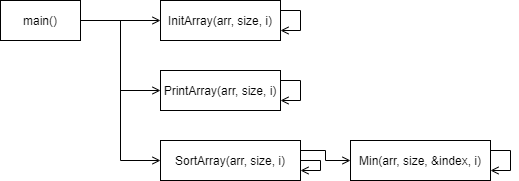
Earlier version of the draw.io export Lab6.3.2/structure.png (fhctyw/Lab6.3). Source tidied: cells renumbered, new cells last; positions are measured from the earlier drawing's top-left corner, leaving out a move shared by most shapes.
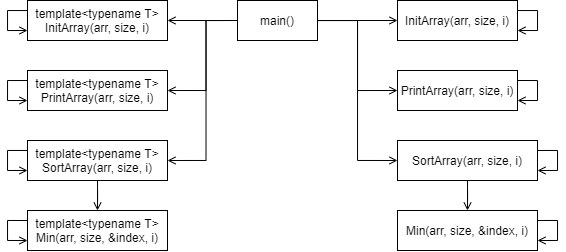
After the change.

Diff of the diagram source:
```diff
@@ -11,6 +11,19 @@
     <mxCell id="4" style="edgeStyle=orthogonalEdgeStyle;rounded=0;jettySize=auto;html=1;entryX=0;entryY=0.5;entryDx=0;entryDy=0;endArrow=open;endFill=0;" parent="1" edge="1" source="5" target="11">
       <mxGeometry relative="1" as="geometry" />
     </mxCell>
+    <mxCell id="15" style="edgeStyle=orthogonalEdgeStyle;rounded=0;jettySize=auto;html=1;endArrow=open;endFill=0;" parent="1" edge="1" source="5" target="18">
+      <mxGeometry relative="1" as="geometry" />
+    </mxCell>
+    <mxCell id="16" style="edgeStyle=orthogonalEdgeStyle;rounded=0;jettySize=auto;html=1;entryX=1;entryY=0.5;entryDx=0;entryDy=0;endArrow=open;endFill=0;" parent="1" edge="1" target="19">
+      <mxGeometry relative="1" as="geometry">
+        <mxPoint x="7" y="20" as="sourcePoint" />
+      </mxGeometry>
+    </mxCell>
+    <mxCell id="17" style="edgeStyle=orthogonalEdgeStyle;rounded=0;jettySize=auto;html=1;entryX=1;entryY=0.5;entryDx=0;entryDy=0;endArrow=open;endFill=0;" parent="1" edge="1" target="21">
+      <mxGeometry relative="1" as="geometry">
+        <mxPoint x="7" y="20" as="sourcePoint" />
+      </mxGeometry>
+    </mxCell>
     <mxCell id="5" value="main()" style="rounded=0;whiteSpace=wrap;html=1;" parent="1" vertex="1">
       <mxGeometry width="80" height="40" as="geometry" />
     </mxCell>
@@ -38,13 +51,8 @@
         </Array>
       </mxGeometry>
     </mxCell>
-    <mxCell id="10" style="edgeStyle=orthogonalEdgeStyle;rounded=0;jettySize=auto;html=1;entryX=0;entryY=0.5;entryDx=0;entryDy=0;endArrow=open;endFill=0;" parent="1" edge="1" source="11" target="13">
-      <mxGeometry relative="1" as="geometry">
-        <Array as="points">
-          <mxPoint x="325" y="150" />
-          <mxPoint x="325" y="160" />
-        </Array>
-      </mxGeometry>
+    <mxCell id="10" style="edgeStyle=orthogonalEdgeStyle;rounded=0;jettySize=auto;html=1;entryX=0.5;entryY=0;entryDx=0;entryDy=0;endArrow=open;endFill=0;" parent="1" edge="1" source="11" target="13">
+      <mxGeometry relative="1" as="geometry" />
     </mxCell>
     <mxCell id="11" value="SortArray(arr, size, i)" style="rounded=0;whiteSpace=wrap;html=1;" parent="1" vertex="1">
       <mxGeometry x="160" y="140" width="140" height="40" as="geometry" />
@@ -54,24 +62,76 @@
         <mxPoint x="300" y="150" as="sourcePoint" />
         <mxPoint x="300" y="170" as="targetPoint" />
         <Array as="points">
-          <mxPoint x="300" y="160" />
-          <mxPoint x="320" y="160" />
+          <mxPoint x="320" y="150" />
           <mxPoint x="320" y="170" />
         </Array>
       </mxGeometry>
     </mxCell>
     <mxCell id="13" value="Min(arr, size, &amp;amp;index, i)" style="rounded=0;whiteSpace=wrap;html=1;" parent="1" vertex="1">
-      <mxGeometry x="350" y="140" width="140" height="40" as="geometry" />
+      <mxGeometry x="160" y="210" width="140" height="40" as="geometry" />
     </mxCell>
     <mxCell id="14" style="edgeStyle=orthogonalEdgeStyle;rounded=0;orthogonalLoop=1;jettySize=auto;html=1;entryX=1;entryY=0.75;entryDx=0;entryDy=0;endArrow=open;endFill=0;" parent="1" edge="1">
       <mxGeometry relative="1" as="geometry">
-        <mxPoint x="490" y="150" as="sourcePoint" />
-        <mxPoint x="490" y="170" as="targetPoint" />
+        <mxPoint x="300" y="220" as="sourcePoint" />
+        <mxPoint x="300" y="240" as="targetPoint" />
         <Array as="points">
-          <mxPoint x="510" y="150" />
-          <mxPoint x="510" y="170" />
+          <mxPoint x="320" y="220" />
+          <mxPoint x="320" y="240" />
         </Array>
       </mxGeometry>
     </mxCell>
+    <mxCell id="18" value="template&amp;lt;typename T&amp;gt;&lt;br&gt;InitArray(arr, size, i)" style="rounded=0;whiteSpace=wrap;html=1;direction=east;" parent="1" vertex="1">
+      <mxGeometry x="-210" width="140" height="40" as="geometry" />
+    </mxCell>
+    <mxCell id="19" value="template&amp;lt;typename T&amp;gt;&lt;br&gt;PrintArray(arr, size, i)" style="rounded=0;whiteSpace=wrap;html=1;direction=east;" parent="1" vertex="1">
+      <mxGeometry x="-210" y="70" width="140" height="40" as="geometry" />
+    </mxCell>
+    <mxCell id="20" style="edgeStyle=orthogonalEdgeStyle;rounded=0;jettySize=auto;html=1;entryX=0.5;entryY=0;entryDx=0;entryDy=0;endArrow=open;endFill=0;" parent="1" edge="1" source="21" target="22">
+      <mxGeometry relative="1" as="geometry" />
+    </mxCell>
+    <mxCell id="21" value="template&amp;lt;typename T&amp;gt;&lt;br&gt;SortArray(arr, size, i)" style="rounded=0;whiteSpace=wrap;html=1;direction=east;" parent="1" vertex="1">
+      <mxGeometry x="-210" y="140" width="140" height="40" as="geometry" />
+    </mxCell>
+    <mxCell id="22" value="template&amp;lt;typename T&amp;gt;&lt;br&gt;Min(arr, size, &amp;amp;index, i)" style="rounded=0;whiteSpace=wrap;html=1;direction=east;" parent="1" vertex="1">
+      <mxGeometry x="-210" y="210" width="140" height="40" as="geometry" />
+    </mxCell>
+    <mxCell id="23" style="edgeStyle=orthogonalEdgeStyle;rounded=0;orthogonalLoop=1;jettySize=auto;html=1;entryX=0;entryY=0.75;entryDx=0;entryDy=0;endArrow=open;endFill=0;" parent="1" edge="1" source="18" target="18">
+      <mxGeometry relative="1" as="geometry">
+        <Array as="points">
+          <mxPoint x="-230" y="10" />
+          <mxPoint x="-230" y="30" />
+        </Array>
+      </mxGeometry>
+    </mxCell>
+    <mxCell id="24" style="edgeStyle=orthogonalEdgeStyle;rounded=0;orthogonalLoop=1;jettySize=auto;html=1;entryX=0;entryY=0.75;entryDx=0;entryDy=0;endArrow=open;endFill=0;" parent="1" edge="1">
+      <mxGeometry relative="1" as="geometry">
+        <mxPoint x="-210" y="80" as="sourcePoint" />
+        <mxPoint x="-210" y="100" as="targetPoint" />
+        <Array as="points">
+          <mxPoint x="-230" y="80" />
+          <mxPoint x="-230" y="100" />
+        </Array>
+      </mxGeometry>
+    </mxCell>
+    <mxCell id="25" style="edgeStyle=orthogonalEdgeStyle;rounded=0;orthogonalLoop=1;jettySize=auto;html=1;entryX=0;entryY=0.75;entryDx=0;entryDy=0;endArrow=open;endFill=0;" parent="1" edge="1">
+      <mxGeometry relative="1" as="geometry">
+        <mxPoint x="-210" y="150" as="sourcePoint" />
+        <mxPoint x="-210" y="170" as="targetPoint" />
+        <Array as="points">
+          <mxPoint x="-230" y="150" />
+          <mxPoint x="-230" y="170" />
+        </Array>
+      </mxGeometry>
+    </mxCell>
+    <mxCell id="26" style="edgeStyle=orthogonalEdgeStyle;rounded=0;orthogonalLoop=1;jettySize=auto;html=1;entryX=0;entryY=0.75;entryDx=0;entryDy=0;endArrow=open;endFill=0;" parent="1" edge="1">
+      <mxGeometry relative="1" as="geometry">
+        <mxPoint x="-210" y="220" as="sourcePoint" />
+        <mxPoint x="-210" y="240" as="targetPoint" />
+        <Array as="points">
+          <mxPoint x="-230" y="220" />
+          <mxPoint x="-230" y="240" />
+        </Array>
+      </mxGeometry>
+    </mxCell>
   </root>
 </mxGraphModel>
```
